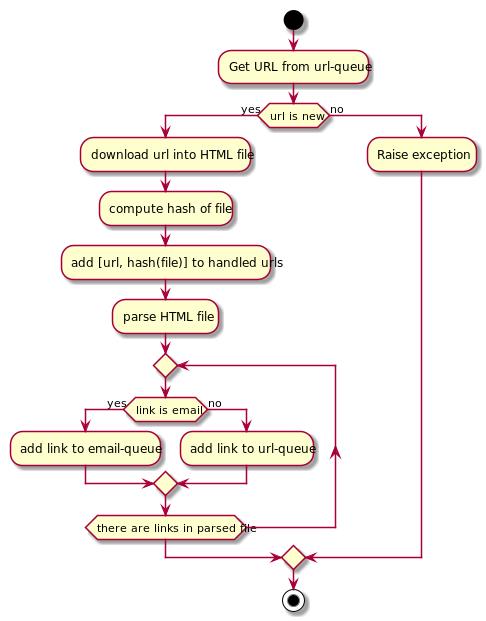
Earlier version of the PlantUML export design/diagrams/urlhandler.png (brochwerger/crawler).
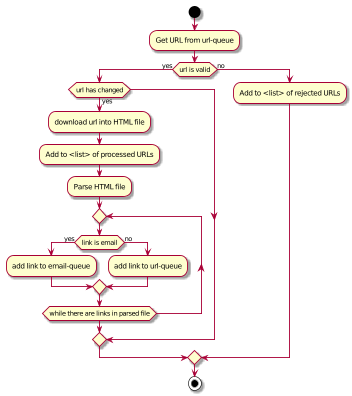
The same file after the commit.

Commit message:
Fixed errors in flow

What changed in the source:
```diff
@@ -2,22 +2,21 @@
 start
 
 :Get URL from url-queue;
-
-if (url is new) then (yes)
+if (url is valid) then (yes)
+if (url has changed) then (yes)
   :download url into HTML file;
-  :compute hash of file;
-  :add [url, hash(file)] to handled urls;
-  :parse HTML file;
+  :Add to <list> of processed URLs;
+  :Parse HTML file;
   repeat
     if (link is email) then (yes)
       :add link to email-queue;
     else (no)
       :add link to url-queue;
     endif
-  repeat while (there are links in parsed file)
-
+  repeat while (while there are links in parsed file)
+endif
 else (no)
- :Raise exception;
+ :Add to <list> of rejected URLs;
 endif
 stop
 @enduml
```
